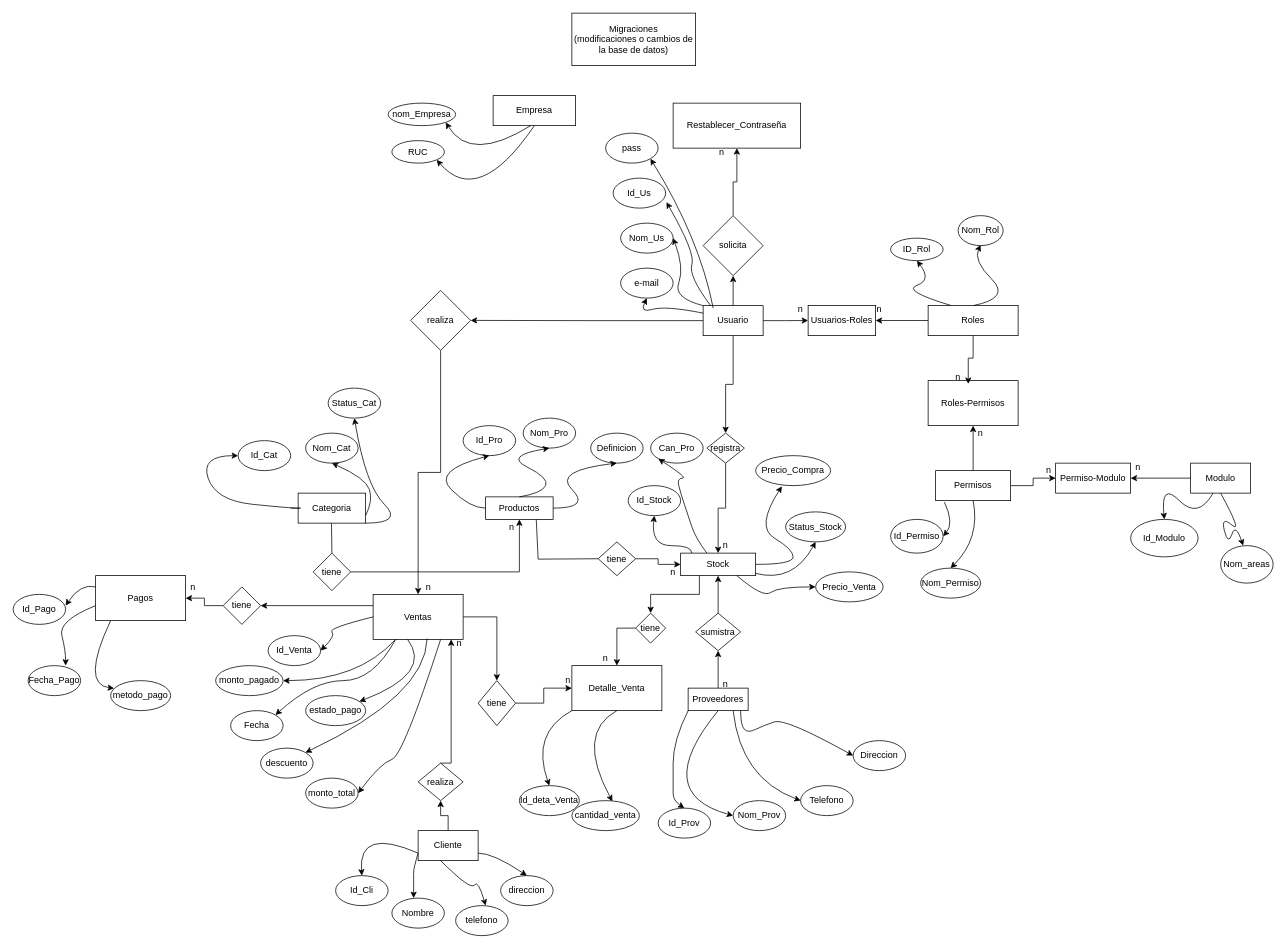
This is Diagrama sin título.drawio from 1631Richard/Prueba1, a draw.io file, before an edit. Source tidied: cells renumbered, new cells numbered last; positions are measured from the earlier drawing's top-left corner, leaving out a move shared by most shapes. Both pictures are drawn from the tidied source at 75%, with x=0, y=0 at pixel (13, 13).
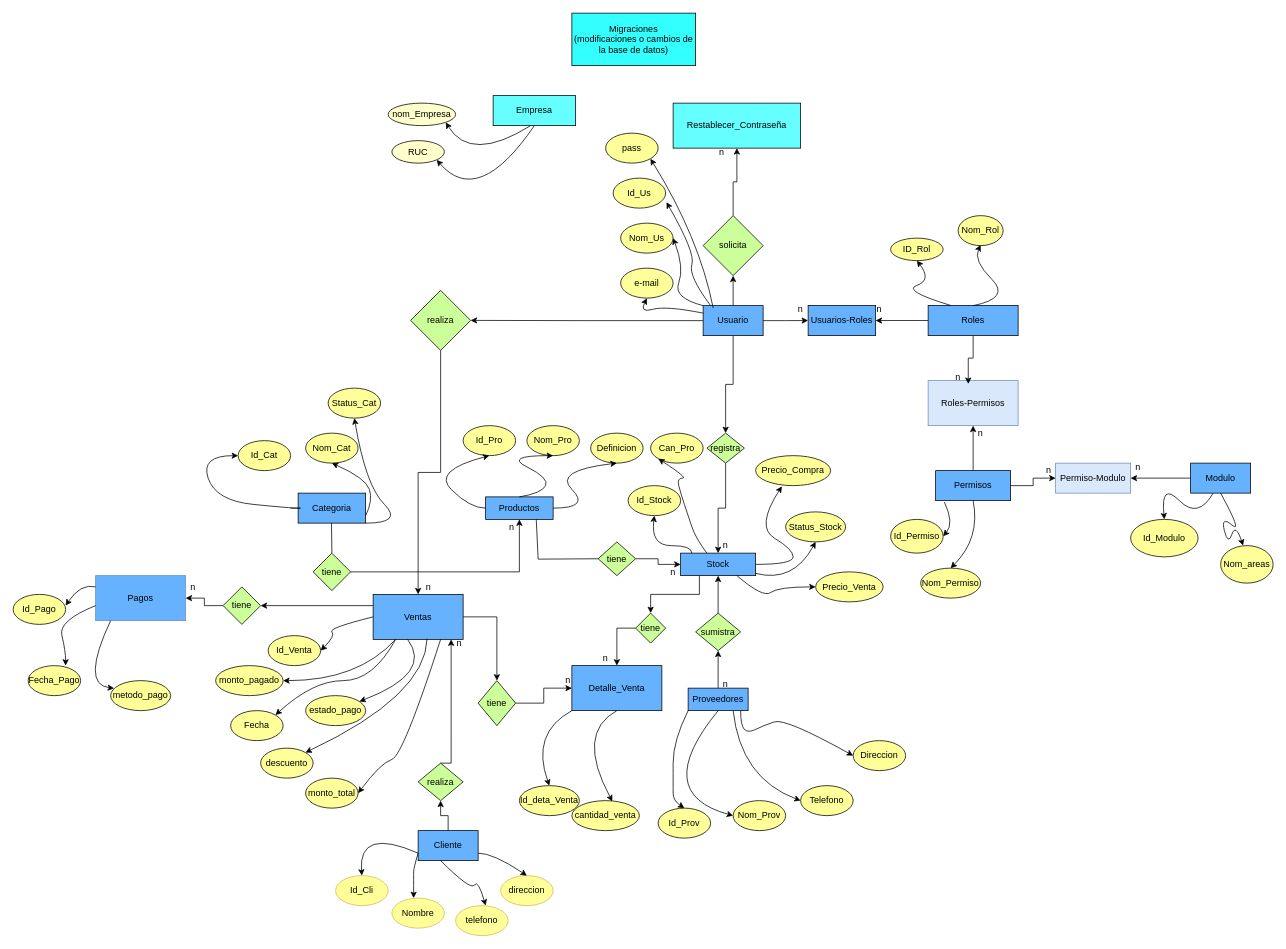
After the change.

Diff of the diagram source:
```diff
@@
-    <mxCell id="2" value="Definicion" style="ellipse;whiteSpace=wrap;html=1;" parent="1" vertex="1">
+    <mxCell id="2" value="Definicion" style="ellipse;whiteSpace=wrap;html=1;fillColor=#FFFF99;" parent="1" vertex="1">
       <mxGeometry x="770" y="560" width="70" height="40" as="geometry" />
     </mxCell>
-    <mxCell id="3" value="Categoria" style="rounded=0;whiteSpace=wrap;html=1;" parent="1" vertex="1">
+    <mxCell id="3" value="Categoria" style="rounded=0;whiteSpace=wrap;html=1;fillColor=#66B2FF;" parent="1" vertex="1">
       <mxGeometry x="380" y="640" width="90" height="40" as="geometry" />
     </mxCell>
-    <mxCell id="4" value="Id_deta_Venta" style="ellipse;whiteSpace=wrap;html=1;" parent="1" vertex="1">
+    <mxCell id="4" value="Id_deta_Venta" style="ellipse;whiteSpace=wrap;html=1;fillColor=#FFFF99;" parent="1" vertex="1">
       <mxGeometry x="675" y="1030" width="80" height="40" as="geometry" />
     </mxCell>
-    <mxCell id="5" value="Status_Cat" style="ellipse;whiteSpace=wrap;html=1;" parent="1" vertex="1">
+    <mxCell id="5" value="Status_Cat" style="ellipse;whiteSpace=wrap;html=1;fillColor=#FFFF99;" parent="1" vertex="1">
       <mxGeometry x="420" y="500" width="70" height="40" as="geometry" />
     </mxCell>
-    <mxCell id="6" value="Status_Stock" style="ellipse;whiteSpace=wrap;html=1;" parent="1" vertex="1">
+    <mxCell id="6" value="Status_Stock" style="ellipse;whiteSpace=wrap;html=1;fillColor=#FFFF99;" parent="1" vertex="1">
       <mxGeometry x="1030" y="665" width="80" height="40" as="geometry" />
     </mxCell>
-    <mxCell id="7" value="Precio_Compra" style="ellipse;whiteSpace=wrap;html=1;" parent="1" vertex="1">
+    <mxCell id="7" value="Precio_Compra" style="ellipse;whiteSpace=wrap;html=1;fillColor=#FFFF99;" parent="1" vertex="1">
       <mxGeometry x="990" y="590" width="100" height="40" as="geometry" />
     </mxCell>
-    <mxCell id="8" value="Can_Pro" style="ellipse;whiteSpace=wrap;html=1;" parent="1" vertex="1">
+    <mxCell id="8" value="Can_Pro" style="ellipse;whiteSpace=wrap;html=1;fillColor=#FFFF99;" parent="1" vertex="1">
       <mxGeometry x="850" y="560" width="70" height="40" as="geometry" />
     </mxCell>
-    <mxCell id="9" value="monto_pagado" style="ellipse;whiteSpace=wrap;html=1;" parent="1" vertex="1">
+    <mxCell id="9" value="monto_pagado" style="ellipse;whiteSpace=wrap;html=1;fillColor=#FFFF99;" parent="1" vertex="1">
       <mxGeometry x="270" y="870" width="90" height="40" as="geometry" />
     </mxCell>
-    <mxCell id="10" value="Id_Stock" style="ellipse;whiteSpace=wrap;html=1;" parent="1" vertex="1">
+    <mxCell id="10" value="Id_Stock" style="ellipse;whiteSpace=wrap;html=1;fillColor=#FFFF99;" parent="1" vertex="1">
       <mxGeometry x="820" y="630" width="70" height="40" as="geometry" />
     </mxCell>
-    <mxCell id="11" value="Precio_Venta" style="ellipse;whiteSpace=wrap;html=1;" parent="1" vertex="1">
+    <mxCell id="11" value="Precio_Venta" style="ellipse;whiteSpace=wrap;html=1;fillColor=#FFFF99;" parent="1" vertex="1">
       <mxGeometry x="1070" y="745" width="90" height="40" as="geometry" />
     </mxCell>
-    <mxCell id="12" value="Nom_Pro" style="ellipse;whiteSpace=wrap;html=1;" parent="1" vertex="1">
-      <mxGeometry x="680" y="540" width="70" height="40" as="geometry" />
+    <mxCell id="12" value="Nom_Pro" style="ellipse;whiteSpace=wrap;html=1;fillColor=#FFFF99;" parent="1" vertex="1">
+      <mxGeometry x="685" y="550" width="70" height="40" as="geometry" />
     </mxCell>
-    <mxCell id="13" value="Id_Pro" style="ellipse;whiteSpace=wrap;html=1;" parent="1" vertex="1">
+    <mxCell id="13" value="Id_Pro" style="ellipse;whiteSpace=wrap;html=1;fillColor=#FFFF99;" parent="1" vertex="1">
       <mxGeometry x="600" y="550" width="70" height="40" as="geometry" />
     </mxCell>
-    <mxCell id="14" value="estado_pago" style="ellipse;whiteSpace=wrap;html=1;" parent="1" vertex="1">
+    <mxCell id="14" value="estado_pago" style="ellipse;whiteSpace=wrap;html=1;fillColor=#FFFF99;" parent="1" vertex="1">
       <mxGeometry x="390" y="910" width="80" height="40" as="geometry" />
     </mxCell>
-    <mxCell id="15" value="Id_Pago" style="ellipse;whiteSpace=wrap;html=1;" parent="1" vertex="1">
+    <mxCell id="15" value="Id_Pago" style="ellipse;whiteSpace=wrap;html=1;fillColor=#FFFF99;" parent="1" vertex="1">
       <mxGeometry y="775" width="70" height="40" as="geometry" />
     </mxCell>
-    <mxCell id="16" value="Fecha" style="ellipse;whiteSpace=wrap;html=1;" parent="1" vertex="1">
+    <mxCell id="16" value="Fecha" style="ellipse;whiteSpace=wrap;html=1;fillColor=#FFFF99;" parent="1" vertex="1">
       <mxGeometry x="290" y="930" width="70" height="40" as="geometry" />
     </mxCell>
-    <mxCell id="17" value="Fecha_Pago" style="ellipse;whiteSpace=wrap;html=1;" parent="1" vertex="1">
+    <mxCell id="17" value="Fecha_Pago" style="ellipse;whiteSpace=wrap;html=1;fillColor=#FFFF99;" parent="1" vertex="1">
       <mxGeometry x="20" y="870" width="70" height="40" as="geometry" />
     </mxCell>
-    <mxCell id="18" value="Id_Cli" style="ellipse;whiteSpace=wrap;html=1;" parent="1" vertex="1">
+    <mxCell id="18" value="Id_Cli" style="ellipse;whiteSpace=wrap;html=1;fillColor=#FFFF99;strokeColor=#d6b656;" parent="1" vertex="1">
       <mxGeometry x="430" y="1150" width="70" height="40" as="geometry" />
     </mxCell>
-    <mxCell id="19" value="Nom_Us" style="ellipse;whiteSpace=wrap;html=1;" parent="1" vertex="1">
+    <mxCell id="19" value="Nom_Us" style="ellipse;whiteSpace=wrap;html=1;fillColor=#FFFF99;" parent="1" vertex="1">
       <mxGeometry x="810" y="280" width="70" height="40" as="geometry" />
     </mxCell>
-    <mxCell id="20" value="Nombre" style="ellipse;whiteSpace=wrap;html=1;" parent="1" vertex="1">
+    <mxCell id="20" value="Nombre" style="ellipse;whiteSpace=wrap;html=1;fillColor=#FFFF99;strokeColor=#d6b656;" parent="1" vertex="1">
       <mxGeometry x="505" y="1180" width="70" height="40" as="geometry" />
     </mxCell>
-    <mxCell id="21" value="Id_Prov" style="ellipse;whiteSpace=wrap;html=1;" parent="1" vertex="1">
+    <mxCell id="21" value="Id_Prov" style="ellipse;whiteSpace=wrap;html=1;fillColor=#FFFF99;" parent="1" vertex="1">
       <mxGeometry x="860" y="1060" width="70" height="40" as="geometry" />
     </mxCell>
-    <mxCell id="22" value="direccion" style="ellipse;whiteSpace=wrap;html=1;" parent="1" vertex="1">
+    <mxCell id="22" value="direccion" style="ellipse;whiteSpace=wrap;html=1;fillColor=#FFFF99;strokeColor=#d6b656;" parent="1" vertex="1">
       <mxGeometry x="650" y="1150" width="70" height="40" as="geometry" />
     </mxCell>
-    <mxCell id="23" value="Id_Us" style="ellipse;whiteSpace=wrap;html=1;" parent="1" vertex="1">
+    <mxCell id="23" value="Id_Us" style="ellipse;whiteSpace=wrap;html=1;fillColor=#FFFF99;" parent="1" vertex="1">
       <mxGeometry x="800" y="220" width="70" height="40" as="geometry" />
     </mxCell>
-    <mxCell id="24" value="Telefono" style="ellipse;whiteSpace=wrap;html=1;" parent="1" vertex="1">
+    <mxCell id="24" value="Telefono" style="ellipse;whiteSpace=wrap;html=1;fillColor=#FFFF99;" parent="1" vertex="1">
       <mxGeometry x="1050" y="1030" width="70" height="40" as="geometry" />
     </mxCell>
-    <mxCell id="25" value="cantidad_venta" style="ellipse;whiteSpace=wrap;html=1;" parent="1" vertex="1">
+    <mxCell id="25" value="cantidad_venta" style="ellipse;whiteSpace=wrap;html=1;fillColor=#FFFF99;" parent="1" vertex="1">
       <mxGeometry x="745" y="1050" width="90" height="40" as="geometry" />
     </mxCell>
-    <mxCell id="26" value="Nom_Prov" style="ellipse;whiteSpace=wrap;html=1;" parent="1" vertex="1">
+    <mxCell id="26" value="Nom_Prov" style="ellipse;whiteSpace=wrap;html=1;fillColor=#FFFF99;" parent="1" vertex="1">
       <mxGeometry x="960" y="1050" width="70" height="40" as="geometry" />
     </mxCell>
-    <mxCell id="27" value="telefono" style="ellipse;whiteSpace=wrap;html=1;" parent="1" vertex="1">
+    <mxCell id="27" value="telefono" style="ellipse;whiteSpace=wrap;html=1;fillColor=#FFFF99;strokeColor=#d6b656;" parent="1" vertex="1">
       <mxGeometry x="590" y="1190" width="70" height="40" as="geometry" />
     </mxCell>
-    <mxCell id="28" value="Direccion" style="ellipse;whiteSpace=wrap;html=1;" parent="1" vertex="1">
+    <mxCell id="28" value="Direccion" style="ellipse;whiteSpace=wrap;html=1;fillColor=#FFFF99;" parent="1" vertex="1">
       <mxGeometry x="1120" y="970" width="70" height="40" as="geometry" />
     </mxCell>
-    <mxCell id="29" value="Nom_Cat" style="ellipse;whiteSpace=wrap;html=1;" parent="1" vertex="1">
+    <mxCell id="29" value="Nom_Cat" style="ellipse;whiteSpace=wrap;html=1;fillColor=#FFFF99;" parent="1" vertex="1">
       <mxGeometry x="390" y="560" width="70" height="40" as="geometry" />
     </mxCell>
-    <mxCell id="30" value="e-mail" style="ellipse;whiteSpace=wrap;html=1;" parent="1" vertex="1">
+    <mxCell id="30" value="e-mail" style="ellipse;whiteSpace=wrap;html=1;fillColor=#FFFF99;" parent="1" vertex="1">
       <mxGeometry x="810" y="340" width="70" height="40" as="geometry" />
     </mxCell>
-    <mxCell id="31" value="monto_total" style="ellipse;whiteSpace=wrap;html=1;" parent="1" vertex="1">
+    <mxCell id="31" value="monto_total" style="ellipse;whiteSpace=wrap;html=1;fillColor=#FFFF99;" parent="1" vertex="1">
       <mxGeometry x="390" y="1020" width="70" height="40" as="geometry" />
     </mxCell>
-    <mxCell id="32" value="metodo_pago" style="ellipse;whiteSpace=wrap;html=1;" parent="1" vertex="1">
+    <mxCell id="32" value="metodo_pago" style="ellipse;whiteSpace=wrap;html=1;fillColor=#FFFF99;" parent="1" vertex="1">
       <mxGeometry x="130" y="890" width="80" height="40" as="geometry" />
     </mxCell>
-    <mxCell id="33" value="Id_Cat" style="ellipse;whiteSpace=wrap;html=1;" parent="1" vertex="1">
+    <mxCell id="33" value="Id_Cat" style="ellipse;whiteSpace=wrap;html=1;fillColor=#FFFF99;" parent="1" vertex="1">
       <mxGeometry x="300" y="570" width="70" height="40" as="geometry" />
     </mxCell>
-    <mxCell id="34" value="Id_Venta" style="ellipse;whiteSpace=wrap;html=1;" parent="1" vertex="1">
+    <mxCell id="34" value="Id_Venta" style="ellipse;whiteSpace=wrap;html=1;fillColor=#FFFF99;" parent="1" vertex="1">
       <mxGeometry x="340" y="830" width="70" height="40" as="geometry" />
     </mxCell>
-    <mxCell id="35" value="descuento" style="ellipse;whiteSpace=wrap;html=1;" parent="1" vertex="1">
+    <mxCell id="35" value="descuento" style="ellipse;whiteSpace=wrap;html=1;fillColor=#FFFF99;" parent="1" vertex="1">
       <mxGeometry x="330" y="980" width="70" height="40" as="geometry" />
     </mxCell>
@@
-    <mxCell id="39" value="Productos" style="rounded=0;whiteSpace=wrap;html=1;" parent="1" vertex="1">
+    <mxCell id="39" value="Productos" style="rounded=0;whiteSpace=wrap;html=1;fillColor=#66B2FF;" parent="1" vertex="1">
       <mxGeometry x="630" y="645" width="90" height="30" as="geometry" />
     </mxCell>
@@
-    <mxCell id="41" value="tiene" style="rhombus;whiteSpace=wrap;html=1;" parent="1" vertex="1">
+    <mxCell id="41" value="tiene" style="rhombus;whiteSpace=wrap;html=1;fillColor=#CCFF99;" parent="1" vertex="1">
       <mxGeometry x="400" y="720" width="50" height="50" as="geometry" />
     </mxCell>
@@
-    <mxCell id="48" value="Stock" style="rounded=0;whiteSpace=wrap;html=1;" parent="1" vertex="1">
+    <mxCell id="48" value="Stock" style="rounded=0;whiteSpace=wrap;html=1;fillColor=#66B2FF;" parent="1" vertex="1">
       <mxGeometry x="890" y="720" width="100" height="30" as="geometry" />
     </mxCell>
@@
-    <mxCell id="51" value="tiene" style="rhombus;whiteSpace=wrap;html=1;" parent="1" vertex="1">
+    <mxCell id="51" value="tiene" style="rhombus;whiteSpace=wrap;html=1;fillColor=#CCFF99;" parent="1" vertex="1">
       <mxGeometry x="780" y="705" width="50" height="45" as="geometry" />
     </mxCell>
@@
-    <mxCell id="58" value="sumistra" style="rhombus;whiteSpace=wrap;html=1;" parent="1" vertex="1">
+    <mxCell id="58" value="sumistra" style="rhombus;whiteSpace=wrap;html=1;fillColor=#CCFF99;" parent="1" vertex="1">
       <mxGeometry x="910" y="800" width="60" height="50" as="geometry" />
     </mxCell>
@@
-    <mxCell id="60" value="Proveedores" style="rounded=0;whiteSpace=wrap;html=1;" parent="1" vertex="1">
+    <mxCell id="60" value="Proveedores" style="rounded=0;whiteSpace=wrap;html=1;fillColor=#66B2FF;" parent="1" vertex="1">
       <mxGeometry x="900" y="900" width="80" height="30" as="geometry" />
     </mxCell>
@@
-    <mxCell id="66" value="Detalle_Venta" style="rounded=0;whiteSpace=wrap;html=1;" parent="1" vertex="1">
+    <mxCell id="66" value="Detalle_Venta" style="rounded=0;whiteSpace=wrap;html=1;fillColor=#66B2FF;" parent="1" vertex="1">
       <mxGeometry x="745" y="870" width="120" height="60" as="geometry" />
     </mxCell>
@@
-    <mxCell id="69" value="Ventas" style="rounded=0;whiteSpace=wrap;html=1;" parent="1" vertex="1">
+    <mxCell id="69" value="Ventas" style="rounded=0;whiteSpace=wrap;html=1;fillColor=#66B2FF;" parent="1" vertex="1">
       <mxGeometry x="480" y="775" width="120" height="60" as="geometry" />
     </mxCell>
@@
-    <mxCell id="79" value="tiene" style="rhombus;whiteSpace=wrap;html=1;" parent="1" vertex="1">
+    <mxCell id="79" value="tiene" style="rhombus;whiteSpace=wrap;html=1;fillColor=#CCFF99;" parent="1" vertex="1">
       <mxGeometry x="620" y="890" width="50" height="60" as="geometry" />
     </mxCell>
@@
-    <mxCell id="81" value="tiene" style="rhombus;whiteSpace=wrap;html=1;" parent="1" vertex="1">
+    <mxCell id="81" value="tiene" style="rhombus;whiteSpace=wrap;html=1;fillColor=#CCFF99;" parent="1" vertex="1">
       <mxGeometry x="830" y="800" width="40" height="40" as="geometry" />
     </mxCell>
@@
-    <mxCell id="85" value="Cliente" style="rounded=0;whiteSpace=wrap;html=1;" parent="1" vertex="1">
+    <mxCell id="85" value="Cliente" style="rounded=0;whiteSpace=wrap;html=1;fillColor=#66B2FF;" parent="1" vertex="1">
       <mxGeometry x="540" y="1090" width="80" height="40" as="geometry" />
     </mxCell>
@@
-    <mxCell id="90" value="realiza" style="rhombus;whiteSpace=wrap;html=1;" parent="1" vertex="1">
+    <mxCell id="90" value="realiza" style="rhombus;whiteSpace=wrap;html=1;fillColor=#CCFF99;" parent="1" vertex="1">
       <mxGeometry x="540" y="1000" width="60" height="50" as="geometry" />
     </mxCell>
@@
-    <mxCell id="93" value="Pagos" style="rounded=0;whiteSpace=wrap;html=1;" parent="1" vertex="1">
+    <mxCell id="93" value="Pagos" style="rounded=0;whiteSpace=wrap;html=1;fillColor=#66B2FF;strokeColor=#6c8ebf;" parent="1" vertex="1">
       <mxGeometry x="110" y="750" width="120" height="60" as="geometry" />
     </mxCell>
@@
-    <mxCell id="98" value="tiene" style="rhombus;whiteSpace=wrap;html=1;" parent="1" vertex="1">
+    <mxCell id="98" value="tiene" style="rhombus;whiteSpace=wrap;html=1;fillColor=#CCFF99;" parent="1" vertex="1">
       <mxGeometry x="280" y="765" width="50" height="50" as="geometry" />
     </mxCell>
@@
-    <mxCell id="105" value="Usuario" style="rounded=0;whiteSpace=wrap;html=1;" parent="1" vertex="1">
+    <mxCell id="105" value="Usuario" style="rounded=0;whiteSpace=wrap;html=1;fillColor=#66B2FF;" parent="1" vertex="1">
       <mxGeometry x="920" y="390" width="80" height="40" as="geometry" />
     </mxCell>
@@
-    <mxCell id="107" value="realiza" style="rhombus;whiteSpace=wrap;html=1;" parent="1" vertex="1">
+    <mxCell id="107" value="realiza" style="rhombus;whiteSpace=wrap;html=1;fillColor=#CCFF99;" parent="1" vertex="1">
       <mxGeometry x="530" y="369.7" width="80" height="80" as="geometry" />
     </mxCell>
@@
-    <mxCell id="109" value="Usuarios-Roles" style="rounded=0;whiteSpace=wrap;html=1;" parent="1" vertex="1">
+    <mxCell id="109" value="Usuarios-Roles" style="rounded=0;whiteSpace=wrap;html=1;fillColor=#66B2FF;" parent="1" vertex="1">
       <mxGeometry x="1060" y="389.7" width="90" height="40.3" as="geometry" />
     </mxCell>
@@
-    <mxCell id="112" value="Roles" style="rounded=0;whiteSpace=wrap;html=1;" parent="1" vertex="1">
+    <mxCell id="112" value="Roles" style="rounded=0;whiteSpace=wrap;html=1;fillColor=#66B2FF;" parent="1" vertex="1">
       <mxGeometry x="1220" y="389.7" width="120" height="40.3" as="geometry" />
     </mxCell>
@@
-    <mxCell id="114" value="registra" style="rhombus;whiteSpace=wrap;html=1;" parent="1" vertex="1">
+    <mxCell id="114" value="registra" style="rhombus;whiteSpace=wrap;html=1;fillColor=#CCFF99;" parent="1" vertex="1">
       <mxGeometry x="925" y="560" width="50" height="40" as="geometry" />
     </mxCell>
@@
-    <mxCell id="118" value="Permisos" style="rounded=0;whiteSpace=wrap;html=1;" parent="1" vertex="1">
+    <mxCell id="118" value="Permisos" style="rounded=0;whiteSpace=wrap;html=1;fillColor=#66B2FF;" parent="1" vertex="1">
       <mxGeometry x="1230" y="610" width="100" height="40" as="geometry" />
     </mxCell>
@@
-    <mxCell id="121" value="pass" style="ellipse;whiteSpace=wrap;html=1;" parent="1" vertex="1">
+    <mxCell id="121" value="pass" style="ellipse;whiteSpace=wrap;html=1;fillColor=#FFFF99;" parent="1" vertex="1">
       <mxGeometry x="790" y="160" width="70" height="40" as="geometry" />
     </mxCell>
@@
-    <mxCell id="126" value="ID_Rol" style="ellipse;whiteSpace=wrap;html=1;" parent="1" vertex="1">
+    <mxCell id="126" value="ID_Rol" style="ellipse;whiteSpace=wrap;html=1;fillColor=#FFFF99;" parent="1" vertex="1">
       <mxGeometry x="1170" y="300" width="70" height="30" as="geometry" />
     </mxCell>
-    <mxCell id="127" value="Nom_Rol" style="ellipse;whiteSpace=wrap;html=1;" parent="1" vertex="1">
+    <mxCell id="127" value="Nom_Rol" style="ellipse;whiteSpace=wrap;html=1;fillColor=#FFFF99;" parent="1" vertex="1">
       <mxGeometry x="1260" y="270" width="60" height="40" as="geometry" />
     </mxCell>
@@
-    <mxCell id="130" value="Roles-Permisos" style="rounded=0;whiteSpace=wrap;html=1;" parent="1" vertex="1">
+    <mxCell id="130" value="Roles-Permisos" style="rounded=0;whiteSpace=wrap;html=1;fillColor=#dae8fc;strokeColor=#6c8ebf;" parent="1" vertex="1">
       <mxGeometry x="1220" y="490" width="120" height="60" as="geometry" />
     </mxCell>
@@
-    <mxCell id="134" value="Nom_Permiso" style="ellipse;whiteSpace=wrap;html=1;" parent="1" vertex="1">
+    <mxCell id="134" value="Nom_Permiso" style="ellipse;whiteSpace=wrap;html=1;fillColor=#FFFF99;" parent="1" vertex="1">
       <mxGeometry x="1210" y="740" width="80" height="40" as="geometry" />
     </mxCell>
-    <mxCell id="135" value="Id_Permiso" style="ellipse;whiteSpace=wrap;html=1;" parent="1" vertex="1">
+    <mxCell id="135" value="Id_Permiso" style="ellipse;whiteSpace=wrap;html=1;fillColor=#FFFF99;" parent="1" vertex="1">
       <mxGeometry x="1170" y="675" width="70" height="45" as="geometry" />
     </mxCell>
@@
-    <mxCell id="138" value="Permiso-Modulo" style="rounded=0;whiteSpace=wrap;html=1;" parent="1" vertex="1">
+    <mxCell id="138" value="Permiso-Modulo" style="rounded=0;whiteSpace=wrap;html=1;fillColor=#dae8fc;strokeColor=#6c8ebf;" parent="1" vertex="1">
       <mxGeometry x="1390" y="600" width="100" height="40" as="geometry" />
     </mxCell>
@@
-    <mxCell id="140" value="Modulo" style="rounded=0;whiteSpace=wrap;html=1;" parent="1" vertex="1">
+    <mxCell id="140" value="Modulo" style="rounded=0;whiteSpace=wrap;html=1;fillColor=#66B2FF;" parent="1" vertex="1">
       <mxGeometry x="1570" y="600" width="80" height="40" as="geometry" />
     </mxCell>
-    <mxCell id="141" value="Id_Modulo" style="ellipse;whiteSpace=wrap;html=1;" parent="1" vertex="1">
+    <mxCell id="141" value="Id_Modulo" style="ellipse;whiteSpace=wrap;html=1;fillColor=#FFFF99;" parent="1" vertex="1">
       <mxGeometry x="1490" y="675" width="90" height="50" as="geometry" />
     </mxCell>
-    <mxCell id="142" value="Nom_areas" style="ellipse;whiteSpace=wrap;html=1;" parent="1" vertex="1">
+    <mxCell id="142" value="Nom_areas" style="ellipse;whiteSpace=wrap;html=1;fillColor=#FFFF99;" parent="1" vertex="1">
       <mxGeometry x="1610" y="710" width="70" height="50" as="geometry" />
     </mxCell>
@@
-    <mxCell id="147" value="Empresa" style="rounded=0;whiteSpace=wrap;html=1;" parent="1" vertex="1">
+    <mxCell id="147" value="Empresa" style="rounded=0;whiteSpace=wrap;html=1;fillColor=#66FFFF;" parent="1" vertex="1">
       <mxGeometry x="640" y="110" width="110" height="40" as="geometry" />
     </mxCell>
-    <mxCell id="148" value="Migraciones&lt;div&gt;(modificaciones o cambios de la base de datos)&lt;/div&gt;" style="rounded=0;whiteSpace=wrap;html=1;" parent="1" vertex="1">
+    <mxCell id="148" value="Migraciones&lt;div&gt;(modificaciones o cambios de la base de datos)&lt;/div&gt;" style="rounded=0;whiteSpace=wrap;html=1;fillColor=#33FFFF;" parent="1" vertex="1">
       <mxGeometry x="745" width="165" height="70" as="geometry" />
     </mxCell>
-    <mxCell id="149" value="Restablecer_Contraseña" style="rounded=0;whiteSpace=wrap;html=1;" parent="1" vertex="1">
+    <mxCell id="149" value="Restablecer_Contraseña" style="rounded=0;whiteSpace=wrap;html=1;fillColor=#66FFFF;" parent="1" vertex="1">
       <mxGeometry x="880" y="120" width="170" height="60" as="geometry" />
     </mxCell>
@@
-    <mxCell id="151" value="solicita" style="rhombus;whiteSpace=wrap;html=1;" parent="1" vertex="1">
+    <mxCell id="151" value="solicita" style="rhombus;whiteSpace=wrap;html=1;fillColor=#CCFF99;" parent="1" vertex="1">
       <mxGeometry x="920" y="270" width="80" height="80" as="geometry" />
     </mxCell>
@@
-    <mxCell id="153" value="nom_Empresa" style="ellipse;whiteSpace=wrap;html=1;" parent="1" vertex="1">
+    <mxCell id="153" value="nom_Empresa" style="ellipse;whiteSpace=wrap;html=1;fillColor=#FFFFCC;" parent="1" vertex="1">
       <mxGeometry x="500" y="120" width="90" height="30" as="geometry" />
     </mxCell>
-    <mxCell id="154" value="RUC" style="ellipse;whiteSpace=wrap;html=1;" parent="1" vertex="1">
+    <mxCell id="154" value="RUC" style="ellipse;whiteSpace=wrap;html=1;fillColor=#FFFFCC;" parent="1" vertex="1">
       <mxGeometry x="505" y="170" width="70" height="30" as="geometry" />
     </mxCell>
```
